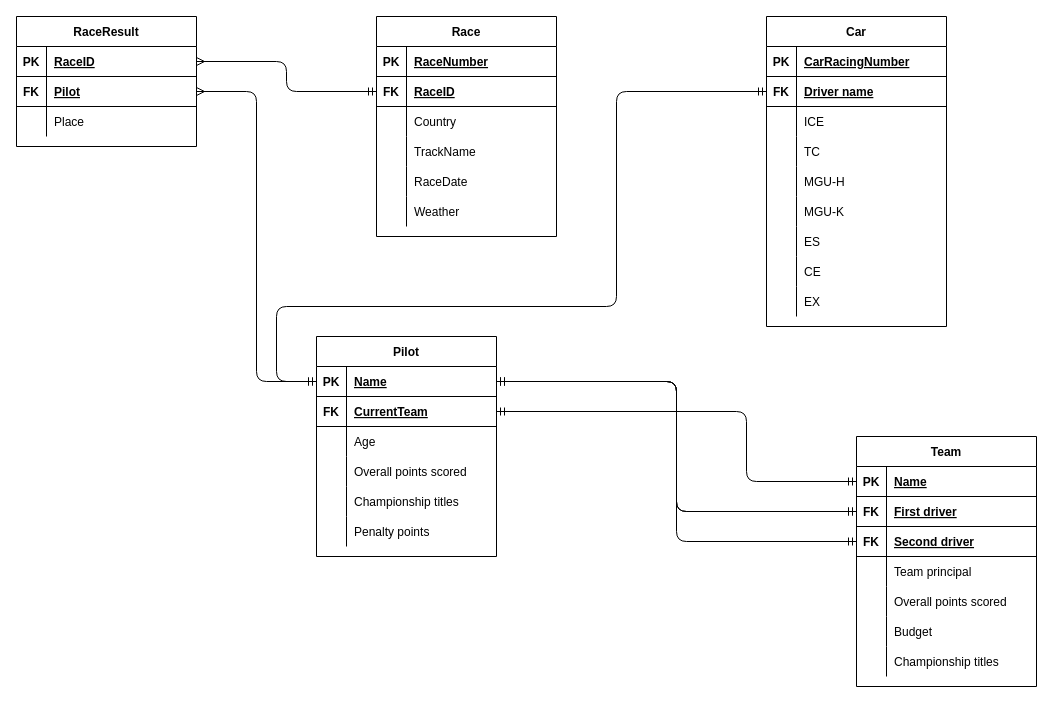
The draw.io diagram F1Statistics.drawio in shlkn/SQL-postgres-, before the edit. Source tidied: cells renumbered, new cells numbered last; positions are measured from the earlier drawing's top-left corner, leaving out a move shared by most shapes. Both pictures are drawn from the tidied source at 100%, with x=0, y=0 at pixel (16, 16).
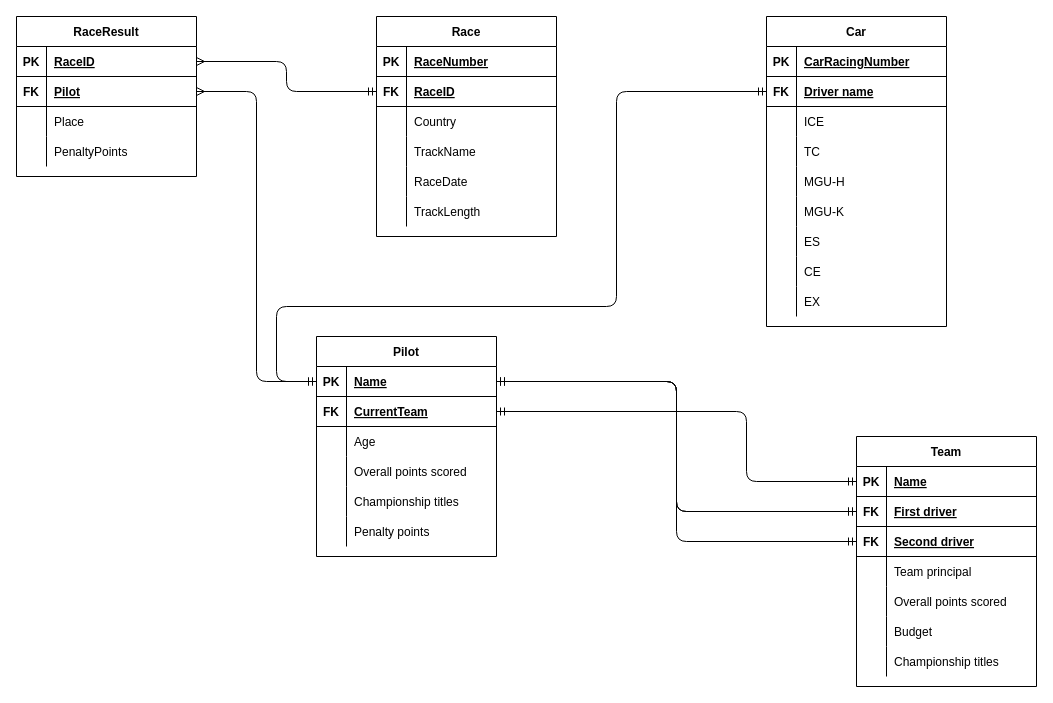
Above is the later version.

The change refers to these unchanged cells:
```xml
<mxCell id="87" style="shape=tableRow;horizontal=0;startSize=0;swimlaneHead=0;swimlaneBody=0;fillColor=none;top=0;left=0;right=0;bottom=0;" parent="71" vertex="1">
  <mxGeometry y="180" width="180" height="30" as="geometry" />
</mxCell>
```

Diff of the diagram source:
```diff
@@
-    <mxCell id="89" value="Weather" style="shape=partialRectangle;fillColor=none;top=0;left=0;bottom=0;right=0;align=left;spacingLeft=6;overflow=hidden;" parent="87" vertex="1">
+    <mxCell id="89" value="TrackLength" style="shape=partialRectangle;fillColor=none;top=0;left=0;bottom=0;right=0;align=left;spacingLeft=6;overflow=hidden;" parent="87" vertex="1">
       <mxGeometry x="30" width="150" height="30" as="geometry" />
     </mxCell>
@@
     <mxCell id="95" value="RaceResult" style="shape=table;startSize=30;childLayout=tableLayout;rowLines=0;fontStyle=1;align=center;" parent="1" vertex="1">
-      <mxGeometry width="180" height="130" as="geometry" />
+      <mxGeometry width="180" height="160" as="geometry" />
     </mxCell>
@@
+    <mxCell id="108" style="shape=tableRow;horizontal=0;startSize=0;swimlaneHead=0;swimlaneBody=0;fillColor=none;top=0;left=0;right=0;bottom=0;" parent="95" vertex="1">
+      <mxGeometry y="120" width="180" height="30" as="geometry" />
+    </mxCell>
+    <mxCell id="109" style="shape=partialRectangle;fillColor=none;top=0;left=0;bottom=0;right=0;overflow=hidden;" parent="108" vertex="1">
+      <mxGeometry width="30" height="30" as="geometry" />
+    </mxCell>
+    <mxCell id="110" value="PenaltyPoints" style="shape=partialRectangle;fillColor=none;top=0;left=0;bottom=0;right=0;align=left;spacingLeft=6;overflow=hidden;" parent="108" vertex="1">
+      <mxGeometry x="30" width="150" height="30" as="geometry" />
+    </mxCell>
```
